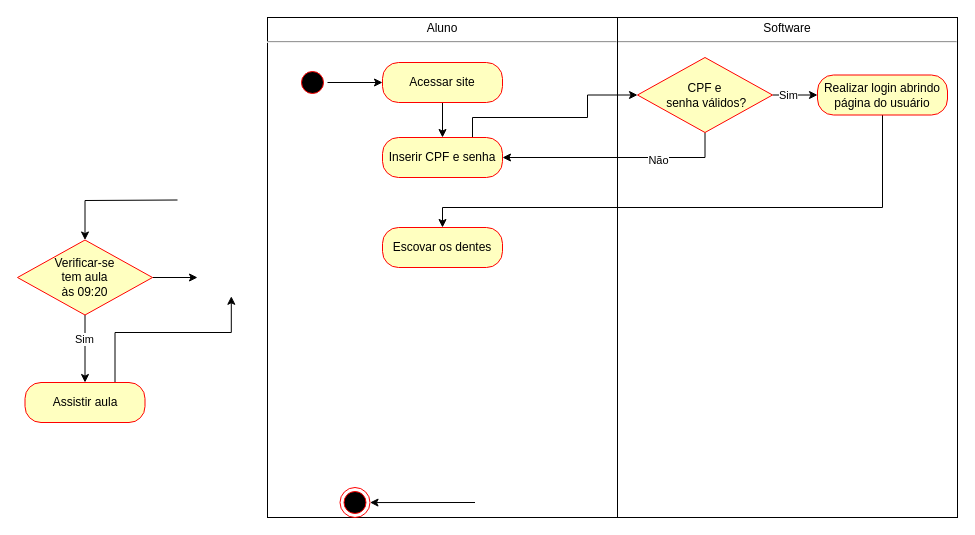
Earlier version of the draw.io diagram Questão 03 - P2.drawio (bruniculos08/AMS0001). Source tidied: cells renumbered, new cells numbered last; positions are measured from the earlier drawing's top-left corner, leaving out a move shared by most shapes. Both pictures are drawn from the tidied source at 100%, with x=0, y=0 at pixel (17, 17).
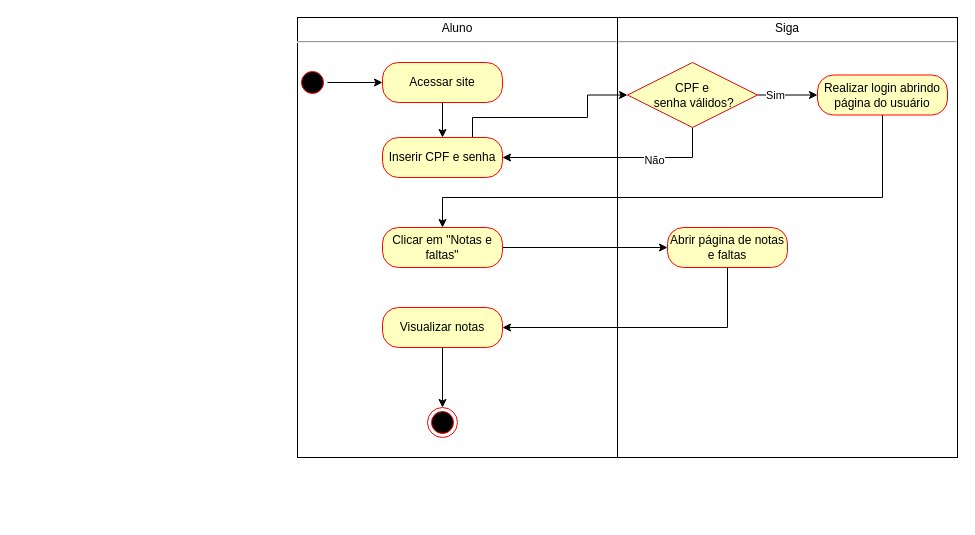
The same page after the edit.

The change refers to these unchanged cells:
```xml
<mxCell id="26" value="Realizar login abrindo&lt;br&gt;página do usuário" style="rounded=1;whiteSpace=wrap;html=1;arcSize=40;fontColor=#000000;fillColor=#ffffc0;strokeColor=#ff0000;" parent="1" vertex="1">
  <mxGeometry x="800" y="57.5" width="130" height="40" as="geometry" />
</mxCell>
```

Diff of the diagram source:
```diff
@@
-    <mxCell id="2" value="&lt;p style=&quot;margin: 4px 0px 0px ; text-align: center&quot;&gt;Software&lt;/p&gt;&lt;hr&gt;&lt;p style=&quot;margin: 0px ; margin-left: 8px&quot;&gt;&lt;br&gt;&lt;/p&gt;" style="verticalAlign=top;align=left;overflow=fill;fontSize=12;fontFamily=Helvetica;html=1;" parent="1" vertex="1">
-      <mxGeometry x="600" width="340" height="500" as="geometry" />
+    <mxCell id="2" value="&lt;p style=&quot;margin: 4px 0px 0px ; text-align: center&quot;&gt;Siga&lt;/p&gt;&lt;hr&gt;&lt;p style=&quot;margin: 0px ; margin-left: 8px&quot;&gt;&lt;br&gt;&lt;/p&gt;" style="verticalAlign=top;align=left;overflow=fill;fontSize=12;fontFamily=Helvetica;html=1;" parent="1" vertex="1">
+      <mxGeometry x="600" width="340" height="440" as="geometry" />
     </mxCell>
     <mxCell id="3" value="&lt;p style=&quot;margin: 4px 0px 0px ; text-align: center&quot;&gt;Aluno&lt;/p&gt;&lt;hr&gt;&lt;p style=&quot;margin: 0px ; margin-left: 8px&quot;&gt;&lt;br&gt;&lt;/p&gt;" style="verticalAlign=top;align=left;overflow=fill;fontSize=12;fontFamily=Helvetica;html=1;" parent="1" vertex="1">
-      <mxGeometry x="250" width="350" height="500" as="geometry" />
+      <mxGeometry x="280" width="320" height="440" as="geometry" />
     </mxCell>
@@
-    <mxCell id="8" value="Escovar os dentes" style="rounded=1;whiteSpace=wrap;html=1;arcSize=40;fontColor=#000000;fillColor=#ffffc0;strokeColor=#ff0000;" parent="1" vertex="1">
-      <mxGeometry x="365" y="210" width="120" height="40" as="geometry" />
-    </mxCell>
-    <mxCell id="9" style="edgeStyle=orthogonalEdgeStyle;rounded=0;jettySize=auto;html=1;exitX=0;exitY=0.5;exitDx=0;exitDy=0;entryX=0.5;entryY=0;entryDx=0;entryDy=0;" parent="1" edge="1" target="13">
-      <mxGeometry relative="1" as="geometry">
-        <mxPoint x="160" y="182.5" as="sourcePoint" />
-      </mxGeometry>
-    </mxCell>
-    <mxCell id="10" style="edgeStyle=orthogonalEdgeStyle;rounded=0;jumpStyle=sharp;jettySize=auto;html=1;exitX=1;exitY=0.5;exitDx=0;exitDy=0;entryX=0;entryY=0.5;entryDx=0;entryDy=0;" parent="1" edge="1" source="13">
-      <mxGeometry relative="1" as="geometry">
-        <mxPoint x="180" y="260" as="targetPoint" />
-      </mxGeometry>
-    </mxCell>
-    <mxCell id="11" style="edgeStyle=orthogonalEdgeStyle;rounded=0;jumpStyle=sharp;jettySize=auto;html=1;exitX=0.5;exitY=1;exitDx=0;exitDy=0;entryX=0.5;entryY=0;entryDx=0;entryDy=0;" parent="1" edge="1" source="13" target="15">
-      <mxGeometry relative="1" as="geometry">
-        <Array as="points">
-          <mxPoint x="68" y="305" />
-          <mxPoint x="68" y="305" />
-        </Array>
-      </mxGeometry>
-    </mxCell>
-    <mxCell id="12" value="Sim" style="edgeLabel;html=1;align=center;verticalAlign=middle;" parent="11" vertex="1">
-      <mxGeometry x="-0.3" y="-1" relative="1" as="geometry" />
-    </mxCell>
-    <mxCell id="13" value="Verificar-se &lt;br&gt;tem aula&lt;br&gt;às 09:20" style="rhombus;whiteSpace=wrap;html=1;fillColor=#ffffc0;strokeColor=#ff0000;" parent="1" vertex="1">
-      <mxGeometry y="222.5" width="135" height="75" as="geometry" />
-    </mxCell>
-    <mxCell id="14" style="edgeStyle=orthogonalEdgeStyle;rounded=0;jumpStyle=sharp;jettySize=auto;html=1;exitX=0.75;exitY=0;exitDx=0;exitDy=0;entryX=0;entryY=1;entryDx=0;entryDy=0;" parent="1" edge="1" source="15">
-      <mxGeometry relative="1" as="geometry">
-        <mxPoint x="213.8" y="278.8" as="targetPoint" />
-        <Array as="points">
-          <mxPoint x="98" y="315" />
-          <mxPoint x="214" y="315" />
-        </Array>
-      </mxGeometry>
-    </mxCell>
-    <mxCell id="15" value="Assistir aula" style="rounded=1;whiteSpace=wrap;html=1;arcSize=40;fontColor=#000000;fillColor=#ffffc0;strokeColor=#ff0000;" parent="1" vertex="1">
-      <mxGeometry x="7.5" y="365" width="120" height="40" as="geometry" />
-    </mxCell>
-    <mxCell id="16" style="edgeStyle=orthogonalEdgeStyle;rounded=0;jumpStyle=sharp;jettySize=auto;html=1;exitX=0;exitY=0.5;exitDx=0;exitDy=0;entryX=1;entryY=0.5;entryDx=0;entryDy=0;" parent="1" edge="1" target="17">
-      <mxGeometry relative="1" as="geometry">
-        <mxPoint x="457.5" y="485" as="sourcePoint" />
-      </mxGeometry>
-    </mxCell>
     <mxCell id="17" style="ellipse;html=1;shape=endState;fillColor=#000000;strokeColor=#ff0000;" parent="1" vertex="1">
-      <mxGeometry x="322.5" y="470" width="30" height="30" as="geometry" />
+      <mxGeometry x="410" y="390" width="30" height="30" as="geometry" />
     </mxCell>
@@
     <mxCell id="24" value="CPF e&lt;br&gt;&amp;nbsp;senha válidos?" style="rhombus;whiteSpace=wrap;html=1;fillColor=#ffffc0;strokeColor=#ff0000;" parent="1" vertex="1">
-      <mxGeometry x="620" y="40" width="135" height="75" as="geometry" />
+      <mxGeometry x="610" y="45" width="130" height="65" as="geometry" />
     </mxCell>
-    <mxCell id="25" style="edgeStyle=orthogonalEdgeStyle;rounded=0;jettySize=auto;html=1;exitX=0.5;exitY=1;exitDx=0;exitDy=0;entryX=0.5;entryY=0;entryDx=0;entryDy=0;" parent="1" edge="1" source="26" target="8">
-      <mxGeometry relative="1" as="geometry">
-        <Array as="points">
-          <mxPoint x="865" y="190" />
-          <mxPoint x="425" y="190" />
-        </Array>
-      </mxGeometry>
-    </mxCell>
+    <mxCell id="27" style="edgeStyle=orthogonalEdgeStyle;rounded=0;jettySize=auto;html=1;exitX=0.5;exitY=1;exitDx=0;exitDy=0;entryX=0.5;entryY=0;entryDx=0;entryDy=0;" parent="1" edge="1" source="26" target="29">
+      <mxGeometry relative="1" as="geometry">
+        <Array as="points">
+          <mxPoint x="865" y="180" />
+          <mxPoint x="425" y="180" />
+        </Array>
+      </mxGeometry>
+    </mxCell>
@@
+    <mxCell id="28" style="edgeStyle=orthogonalEdgeStyle;rounded=0;jettySize=auto;html=1;exitX=1;exitY=0.5;exitDx=0;exitDy=0;entryX=0;entryY=0.5;entryDx=0;entryDy=0;" parent="1" edge="1" source="29" target="31">
+      <mxGeometry relative="1" as="geometry" />
+    </mxCell>
+    <mxCell id="29" value="Clicar em &quot;Notas e faltas&quot;" style="rounded=1;whiteSpace=wrap;html=1;arcSize=40;fontColor=#000000;fillColor=#ffffc0;strokeColor=#ff0000;" parent="1" vertex="1">
+      <mxGeometry x="365" y="210" width="120" height="40" as="geometry" />
+    </mxCell>
+    <mxCell id="30" style="edgeStyle=orthogonalEdgeStyle;rounded=0;jettySize=auto;html=1;exitX=0.5;exitY=1;exitDx=0;exitDy=0;entryX=1;entryY=0.5;entryDx=0;entryDy=0;" parent="1" edge="1" source="31" target="33">
+      <mxGeometry relative="1" as="geometry" />
+    </mxCell>
+    <mxCell id="31" value="Abrir página de notas e faltas" style="rounded=1;whiteSpace=wrap;html=1;arcSize=40;fontColor=#000000;fillColor=#ffffc0;strokeColor=#ff0000;" parent="1" vertex="1">
+      <mxGeometry x="650" y="210" width="120" height="40" as="geometry" />
+    </mxCell>
+    <mxCell id="32" style="edgeStyle=orthogonalEdgeStyle;rounded=0;jettySize=auto;html=1;exitX=0.5;exitY=1;exitDx=0;exitDy=0;entryX=0.5;entryY=0;entryDx=0;entryDy=0;" parent="1" edge="1" source="33" target="17">
+      <mxGeometry relative="1" as="geometry" />
+    </mxCell>
+    <mxCell id="33" value="Visualizar notas" style="rounded=1;whiteSpace=wrap;html=1;arcSize=40;fontColor=#000000;fillColor=#ffffc0;strokeColor=#ff0000;" parent="1" vertex="1">
+      <mxGeometry x="365" y="290" width="120" height="40" as="geometry" />
+    </mxCell>
```
